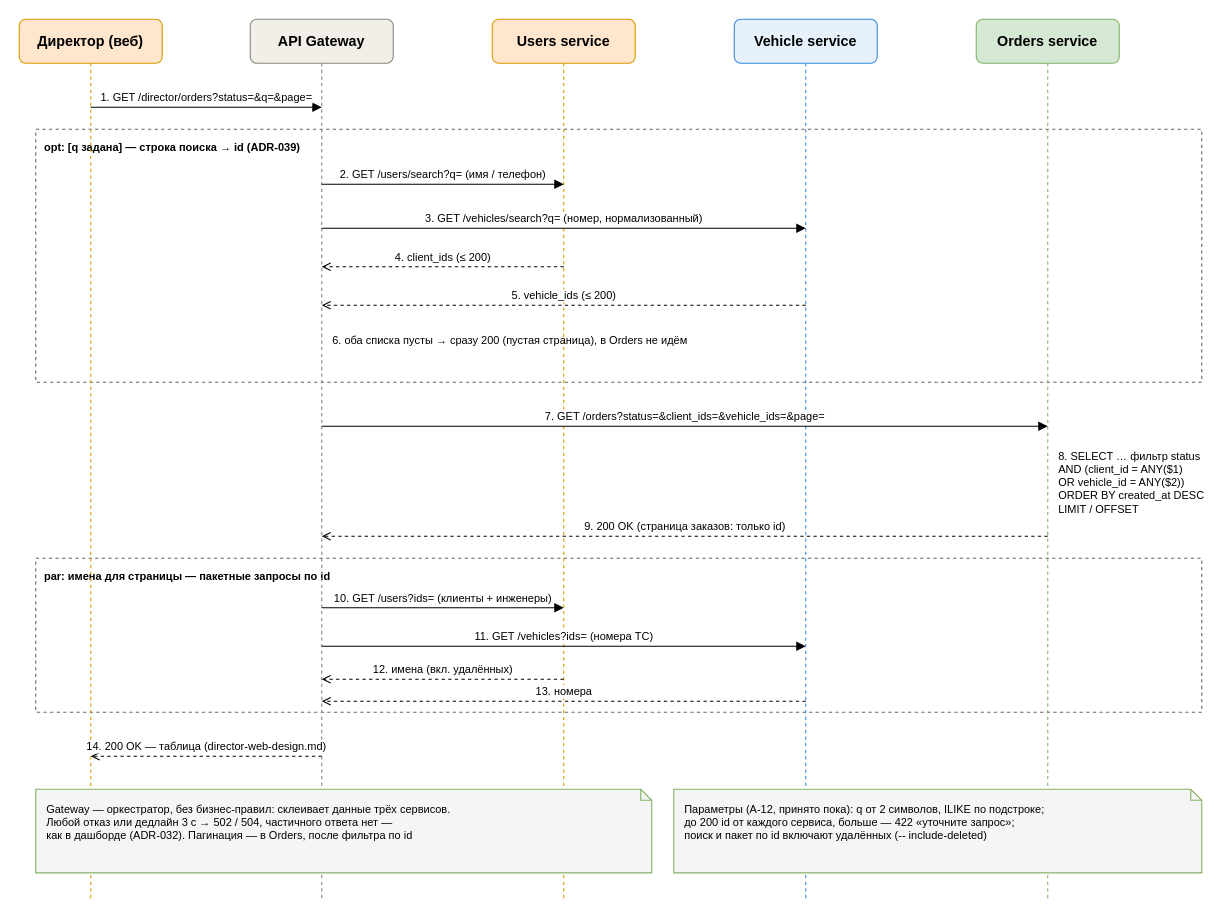
TFRunity/sto keeps this draw.io diagram as stuff/uml/sequence/sequence-director-orders.drawio. Above is the earlier version. Source tidied: cells renumbered, new cells numbered last; positions are measured from the earlier drawing's top-left corner, leaving out a move shared by most shapes. Both pictures are drawn from the tidied source at 110%, with x=0, y=0 at pixel (19, 19).
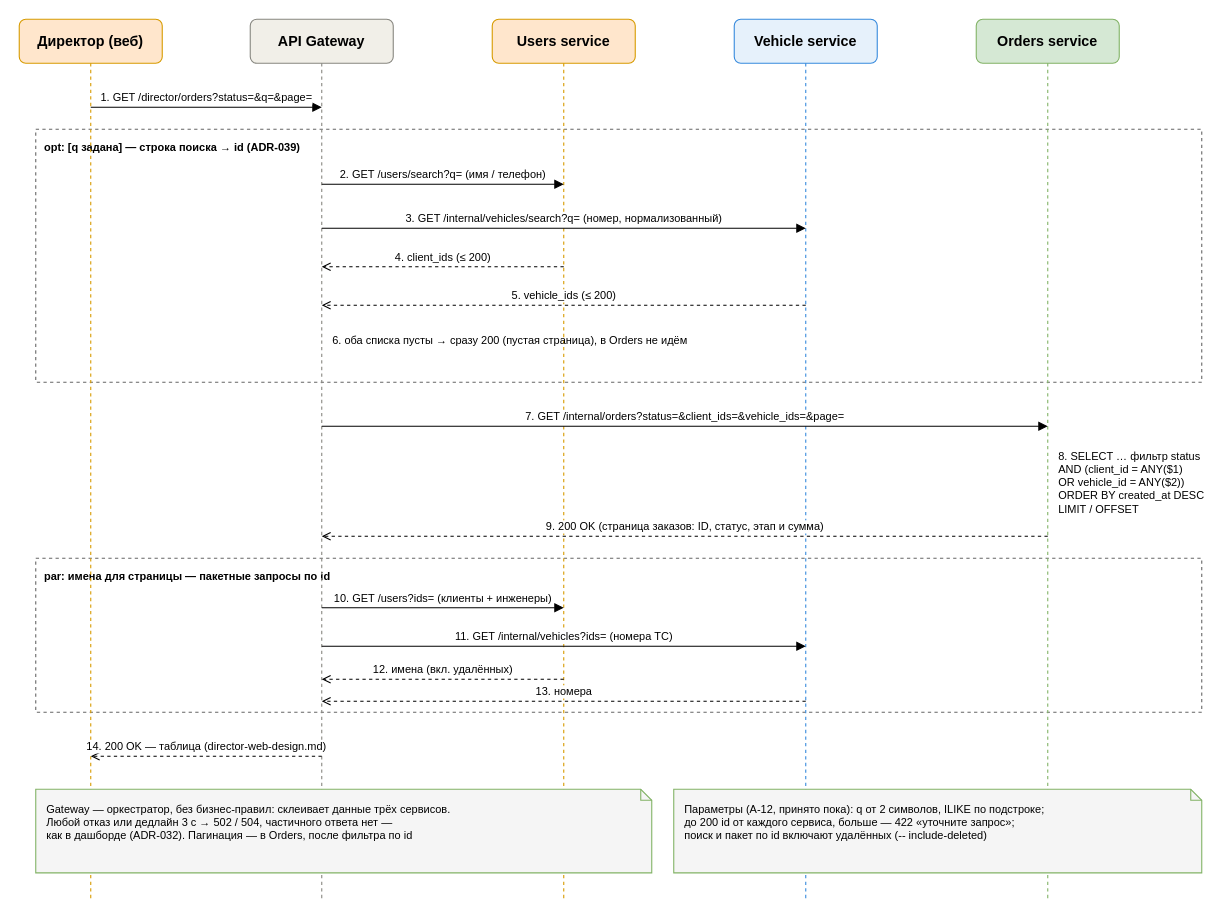
After the change.

The edit, as a diff of the source:
```diff
@@
-    <mxCell id="16" value="3. GET /vehicles/search?q= (номер, нормализованный)" style="html=1;endArrow=block;fontSize=10;align=center;verticalAlign=bottom;" parent="1" edge="1">
+    <mxCell id="16" value="3. GET /internal/vehicles/search?q= (номер, нормализованный)" style="html=1;endArrow=block;fontSize=10;align=center;verticalAlign=bottom;" parent="1" edge="1">
       <mxGeometry relative="1" as="geometry">
         <mxPoint x="275" y="190" as="sourcePoint" />
         <mxPoint x="715" y="190" as="targetPoint" />
       </mxGeometry>
     </mxCell>
@@
-    <mxCell id="20" value="7. GET /orders?status=&amp;client_ids=&amp;vehicle_ids=&amp;page=" style="html=1;endArrow=block;fontSize=10;align=center;verticalAlign=bottom;" parent="1" edge="1">
+    <mxCell id="20" value="7. GET /internal/orders?status=&amp;client_ids=&amp;vehicle_ids=&amp;page=" style="html=1;endArrow=block;fontSize=10;align=center;verticalAlign=bottom;" parent="1" edge="1">
       <mxGeometry relative="1" as="geometry">
         <mxPoint x="275" y="370" as="sourcePoint" />
         <mxPoint x="935" y="370" as="targetPoint" />
       </mxGeometry>
     </mxCell>
@@
-    <mxCell id="22" value="9. 200 OK (страница заказов: только id)" style="html=1;endArrow=open;dashed=1;fontSize=10;align=center;verticalAlign=bottom;" parent="1" edge="1">
+    <mxCell id="22" value="9. 200 OK (страница заказов: ID, статус, этап и сумма)" style="html=1;endArrow=open;dashed=1;fontSize=10;align=center;verticalAlign=bottom;" parent="1" edge="1">
       <mxGeometry relative="1" as="geometry">
         <mxPoint x="935" y="470" as="sourcePoint" />
         <mxPoint x="275" y="470" as="targetPoint" />
       </mxGeometry>
     </mxCell>
@@
-    <mxCell id="24" value="11. GET /vehicles?ids= (номера ТС)" style="html=1;endArrow=block;fontSize=10;align=center;verticalAlign=bottom;" parent="1" edge="1">
+    <mxCell id="24" value="11. GET /internal/vehicles?ids= (номера ТС)" style="html=1;endArrow=block;fontSize=10;align=center;verticalAlign=bottom;" parent="1" edge="1">
       <mxGeometry relative="1" as="geometry">
         <mxPoint x="275" y="570" as="sourcePoint" />
         <mxPoint x="715" y="570" as="targetPoint" />
       </mxGeometry>
     </mxCell>
```
